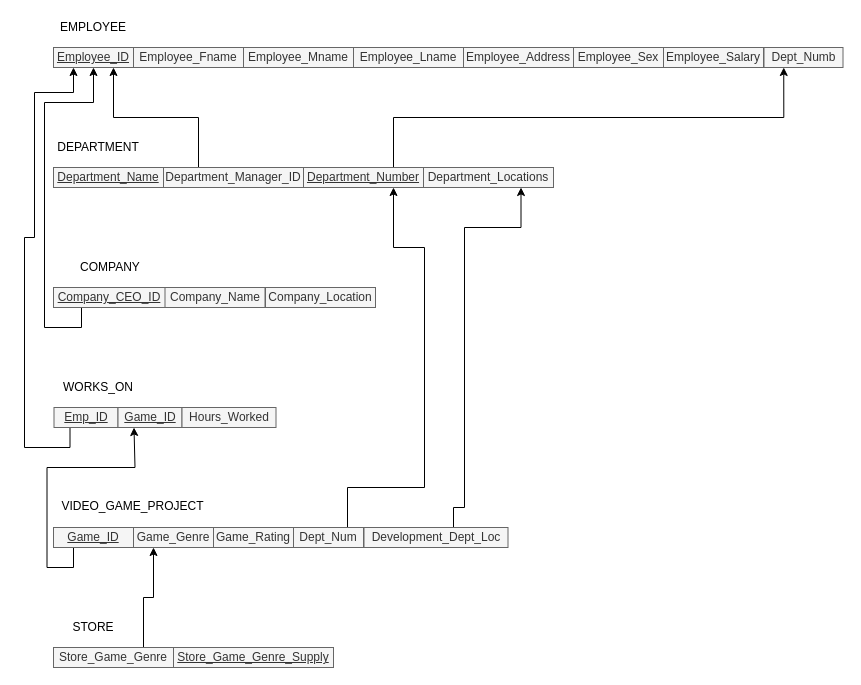
Before: page "DB_Schema" (2 of 3) of Computer_Science_CS/4700_Database_Management/Database Management Project Enitity Relationship Diagram.drawio in CameronWFox/College_Courses, a draw.io diagram. Source tidied: cells renumbered, new cells numbered last; positions are measured from the earlier drawing's top-left corner, leaving out a move shared by most shapes. Both pictures are drawn from the tidied source at 100%, with x=0, y=0 at pixel (24, 17).
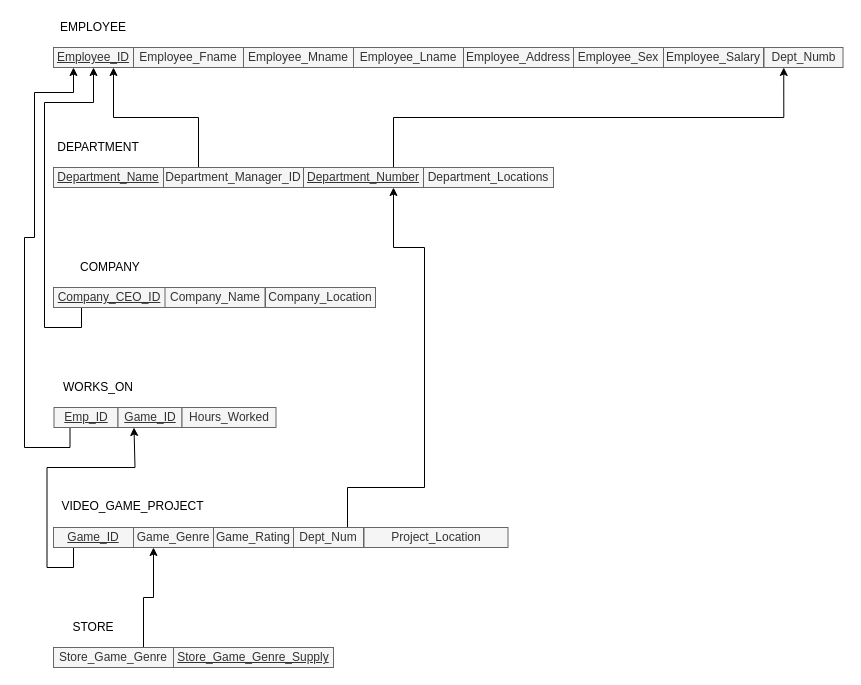
The same page after the edit.

Unchanged cells that the change refers to:
```xml
<mxCell id="18" value="Department_Locations" style="text;html=1;align=center;verticalAlign=middle;whiteSpace=wrap;rounded=0;fillColor=#f5f5f5;strokeColor=#666666;fontColor=#333333;" parent="1" vertex="1">
  <mxGeometry x="399" y="150" width="130" height="20" as="geometry" />
</mxCell>
```

Diff of the diagram source:
```diff
@@
-    <mxCell id="35" style="edgeStyle=orthogonalEdgeStyle;rounded=0;jettySize=auto;html=1;exitX=0.75;exitY=0;exitDx=0;exitDy=0;entryX=0.75;entryY=1;entryDx=0;entryDy=0;startArrow=none;startFill=0;endArrow=classic;endFill=1;" parent="1" edge="1" source="36" target="18">
-      <mxGeometry relative="1" as="geometry">
-        <Array as="points">
-          <mxPoint x="429" y="510" />
-          <mxPoint x="429" y="490" />
-          <mxPoint x="440" y="490" />
-          <mxPoint x="440" y="210" />
-          <mxPoint x="496" y="210" />
-        </Array>
-      </mxGeometry>
-    </mxCell>
-    <mxCell id="36" value="Development_Dept_Loc" style="text;html=1;align=center;verticalAlign=middle;whiteSpace=wrap;rounded=0;fillColor=#f5f5f5;strokeColor=#666666;fontColor=#333333;" parent="1" vertex="1">
+    <mxCell id="36" value="Project_Location" style="text;html=1;align=center;verticalAlign=middle;whiteSpace=wrap;rounded=0;fillColor=#f5f5f5;strokeColor=#666666;fontColor=#333333;" parent="1" vertex="1">
       <mxGeometry x="339.5" y="510" width="144" height="20" as="geometry" />
     </mxCell>
```
